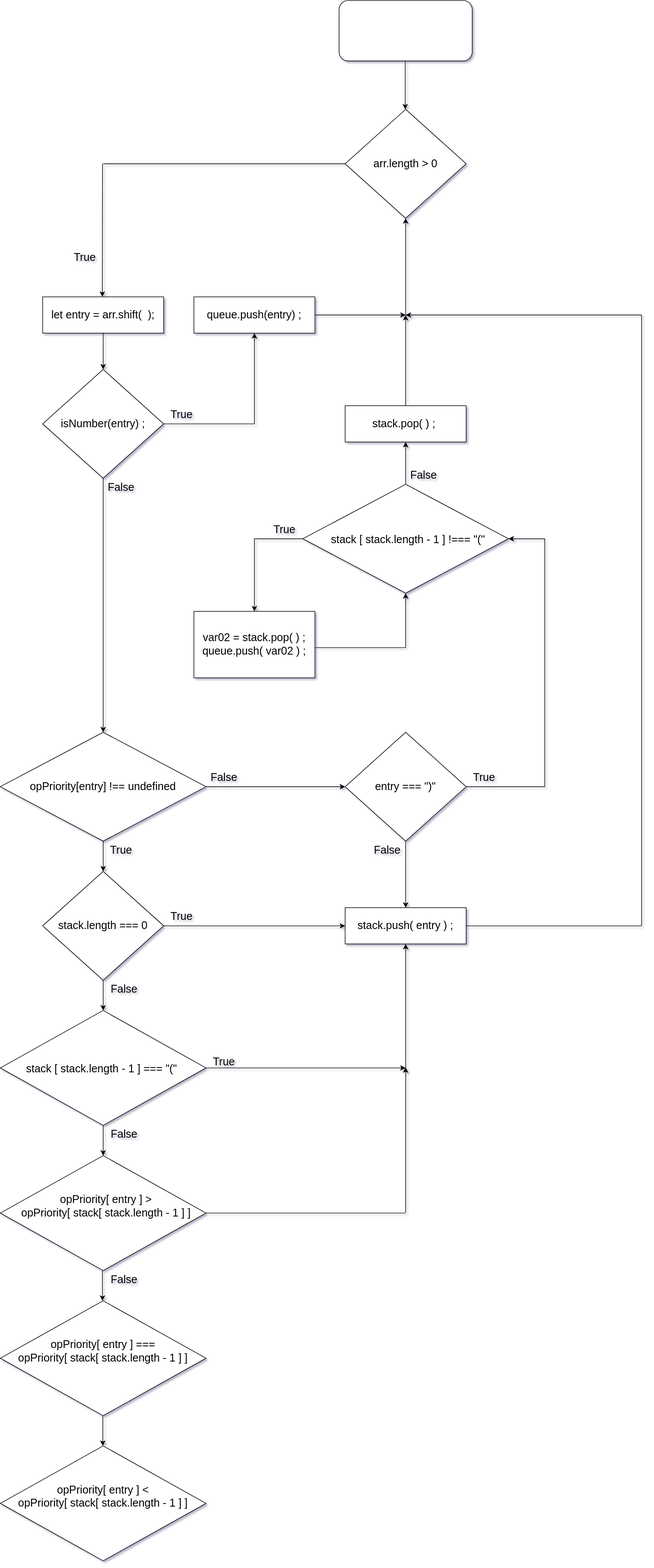
Before: Untitled Diagram.drawio.svg, a diagram exported from draw.io (jcgm3205/jcgm3205). Source tidied: cells renumbered, new cells last; positions are measured from the earlier drawing's top-left corner, leaving out a move shared by most shapes.
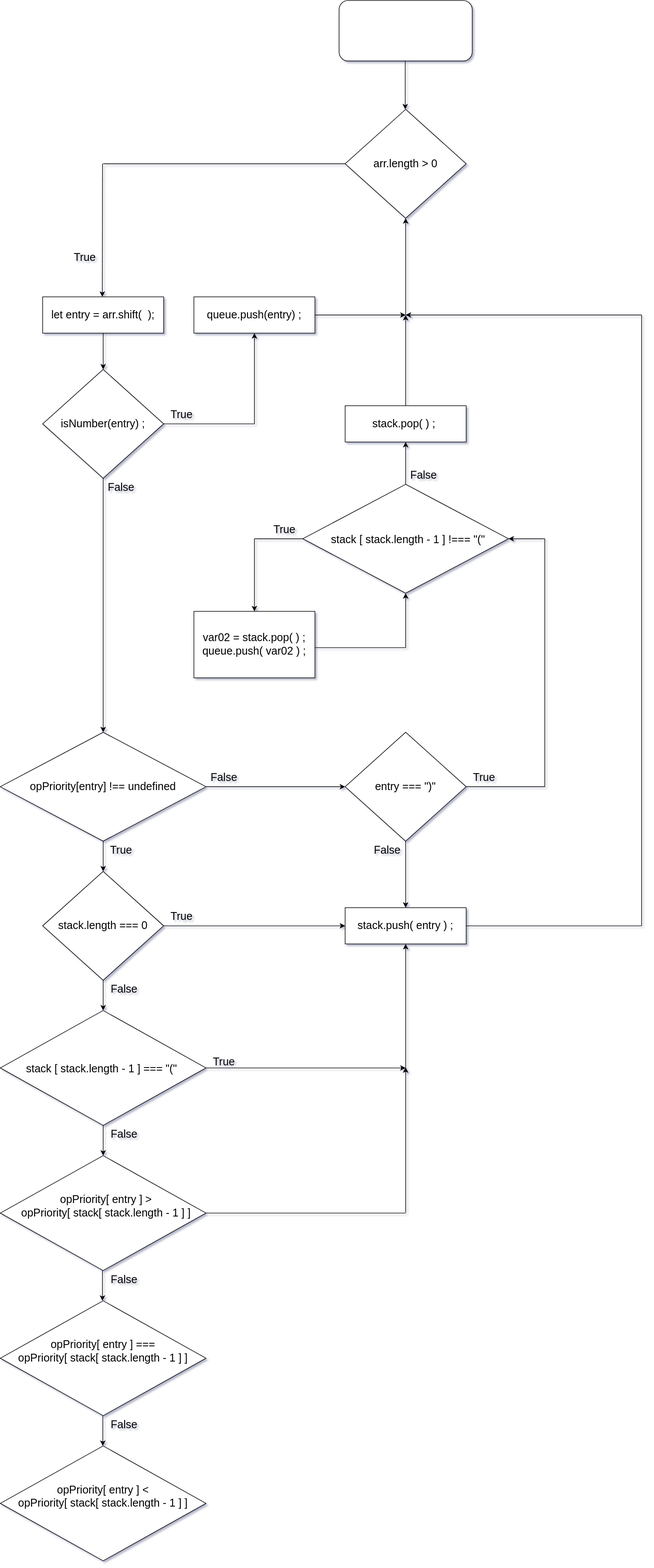
Later version of the same file.

Change to the diagram source:
```diff
@@ -314,5 +314,8 @@
     <mxCell id="78" value="opPriority[ entry ] &amp;lt;&lt;br&gt;opPriority[ stack[ stack.length - 1 ] ]&lt;br&gt;&amp;nbsp;" style="text;html=1;strokeColor=none;fillColor=none;align=center;verticalAlign=middle;whiteSpace=wrap;rounded=0;fontSize=18;" parent="1" vertex="1">
       <mxGeometry x="25" y="2390" width="290" height="190" as="geometry" />
     </mxCell>
+    <mxCell id="79" value="False" style="text;html=1;strokeColor=none;fillColor=none;align=center;verticalAlign=middle;whiteSpace=wrap;rounded=0;fontSize=18;" parent="1" vertex="1">
+      <mxGeometry x="170" y="2340" width="70" height="30" as="geometry" />
+    </mxCell>
   </root>
 </mxGraphModel>
```
